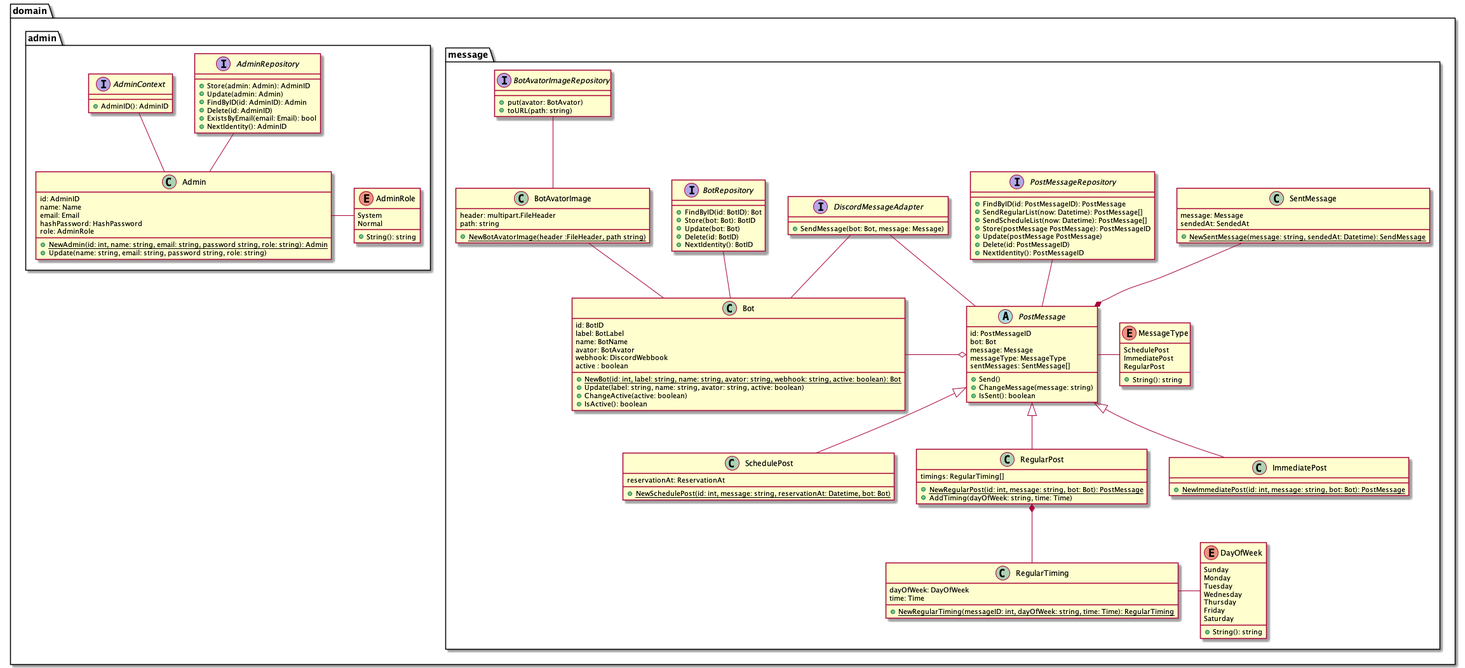
The PlantUML diagram diagram/design/class.png in takemo101/dc-scheduler, before a commit.
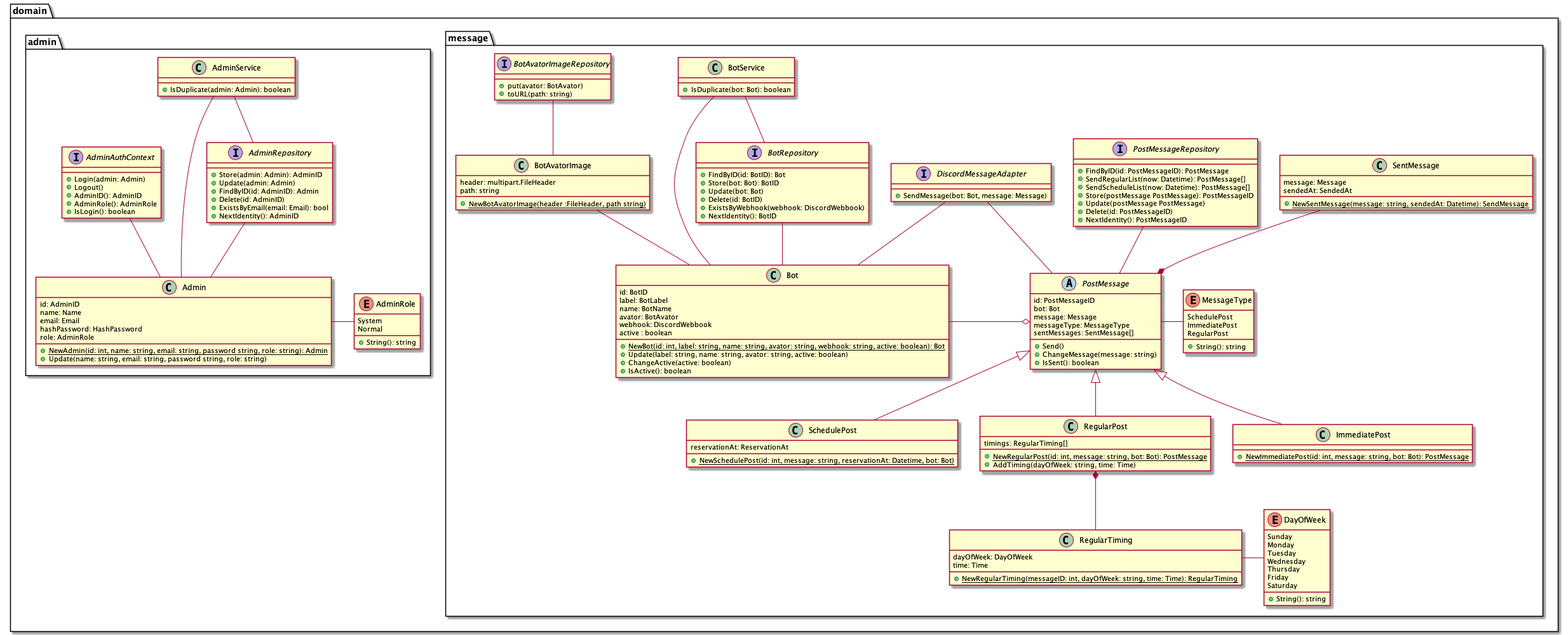
Later version of the same file.

Change to the diagram source:
```diff
@@ -77,11 +77,16 @@
             + {static} NewSentMessage(message: string, sendedAt: Datetime): SendMessage
         }
 
+        class BotService {
+            + IsDuplicate(bot: Bot): boolean
+        }
+
         interface BotRepository {
             + FindByID(id: BotID): Bot
             + Store(bot: Bot): BotID
             + Update(bot: Bot)
             + Delete(id: BotID)
+            + ExistsByWebhook(webhook: DiscordWebbook)
             + NextIdentity(): BotID
         }
 
@@ -122,6 +127,10 @@
             + String(): string
         }
 
+        class AdminService {
+            + IsDuplicate(admin: Admin): boolean
+        }
+
         interface AdminRepository {
             + Store(admin: Admin): AdminID
             + Update(admin: Admin)
@@ -131,8 +140,12 @@
             + NextIdentity(): AdminID
         }
 
-        interface AdminContext {
+        interface AdminAuthContext {
+            + Login(admin: Admin)
+            + Logout()
             + AdminID(): AdminID
+            + AdminRole(): AdminRole
+            + IsLogin(): boolean
         }
     }
 }
@@ -150,11 +163,15 @@
 BotRepository -- Bot
 BotAvatorImageRepository -- BotAvatorImage
 BotAvatorImage -- Bot
+BotService -- BotRepository
+BotService -- Bot
 DiscordMessageAdapter -- Bot
 DiscordMessageAdapter -- PostMessage
 PostMessageRepository -- PostMessage
 AdminRepository -- Admin
+AdminService -- AdminRepository
+AdminService -- Admin
 
-AdminContext -- Admin
+AdminAuthContext -- Admin
 
 @enduml
```
